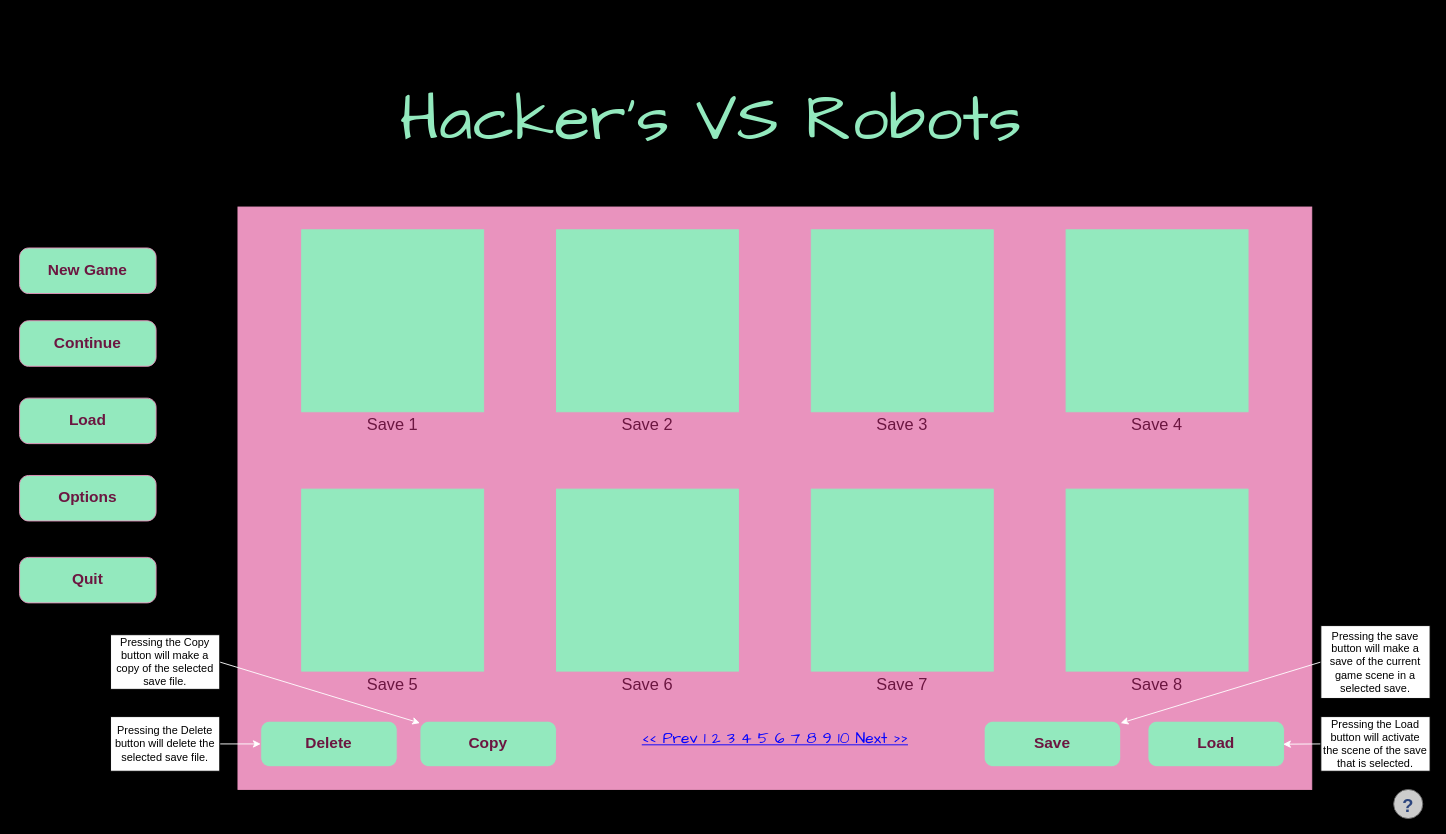
Above: page "Save Menu" (2 of 5) of Informational Technology (Game Design)/Part 2/Cluster - UI Production/Build graphical user interfaces/GUI Design By Richard.drawio in Stampard0/Assessments (draw.io), before the change. Source tidied: cells renumbered, new cells numbered last; positions are measured from the earlier drawing's top-left corner, leaving out a move shared by most shapes. Both pictures are drawn from the tidied source at 91%, with x=0, y=0 at pixel (19, 61).
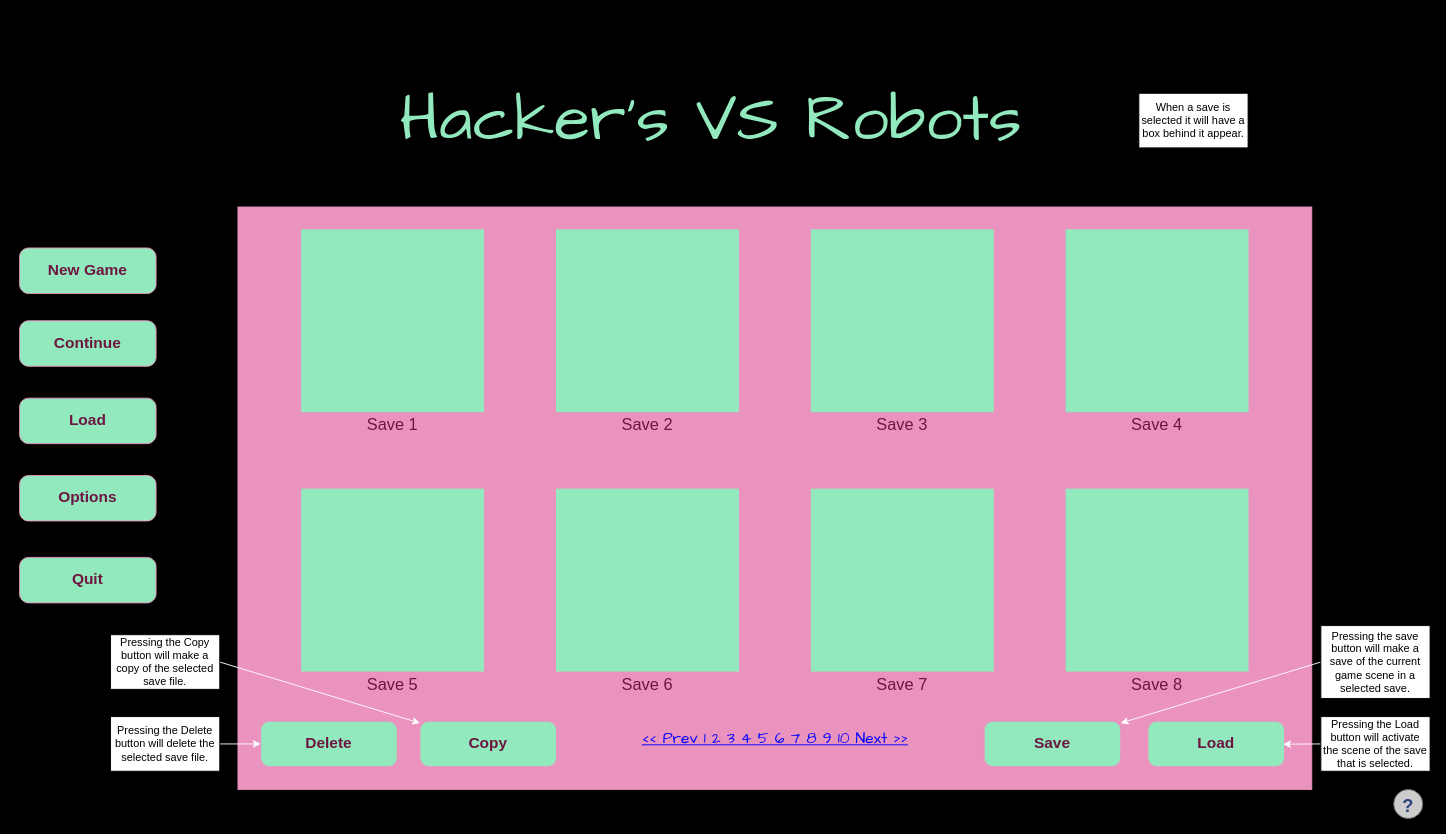
The same diagram, later.

The edit, as a diff of the source:
```diff
@@
+    <mxCell id="39" value="&lt;font color=&quot;#000000&quot;&gt;When a save is selected it will have a box behind it appear.&lt;/font&gt;" style="rounded=0;whiteSpace=wrap;html=1;fontColor=#E993BE;" parent="1" vertex="1">
+      <mxGeometry x="1230" y="35" width="120" height="60" as="geometry" />
+    </mxCell>
```
